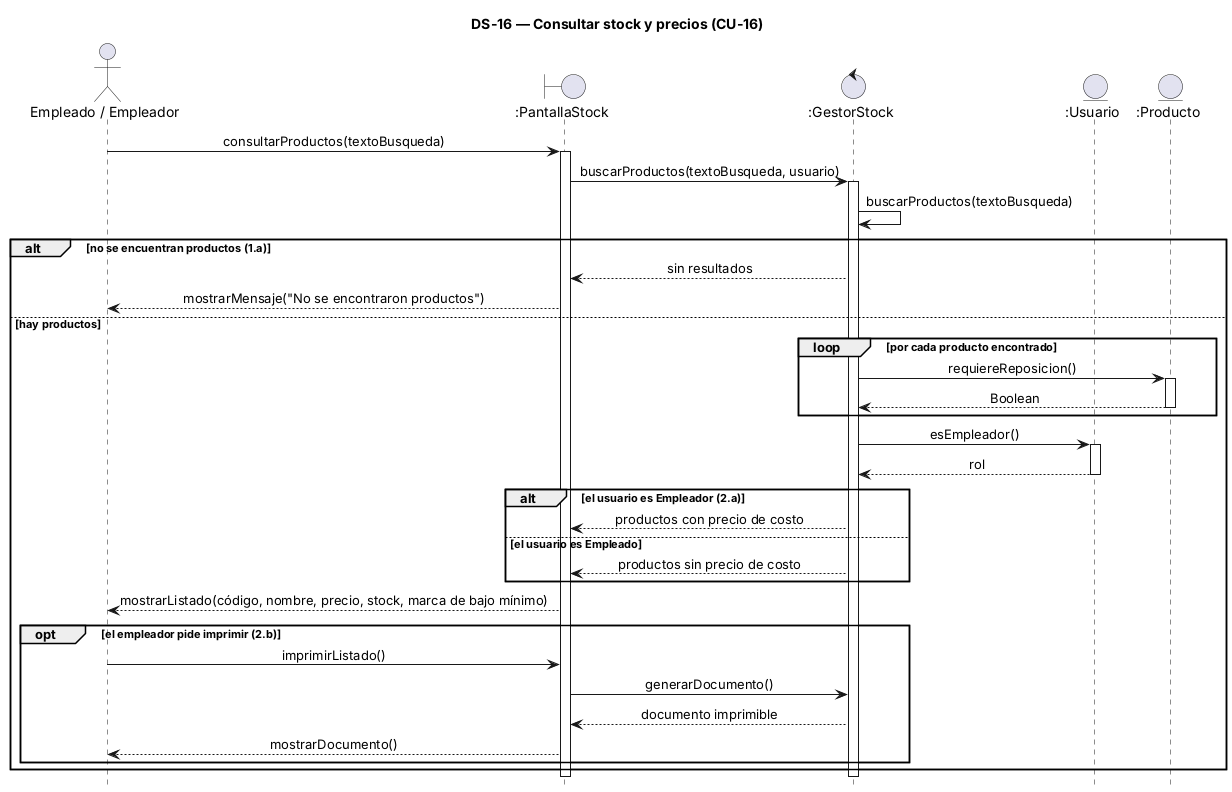
The PlantUML diagram 08-Diagrama De Secuencia/DS-16 Consultar stock y precios.png in alanbalzaretti123/control-de-stock1, before a commit. The source it was exported from:
```plantuml
@startuml
title DS-16 — Consultar stock y precios (CU-16)
hide footbox
skinparam sequenceMessageAlign center
skinparam responseMessageBelowArrow true

actor "Empleado / Empleador" as U
boundary ":PantallaStock" as P
control ":GestorStock" as G
entity ":Usuario" as US
entity ":Producto" as PR

U -> P : consultarProductos(textoBusqueda)
activate P
P -> G : buscarProductos(textoBusqueda, usuario)
activate G
G -> G : buscarProductos(textoBusqueda)

alt no se encuentran productos (1.a)
  G --> P : sin resultados
  P --> U : mostrarMensaje("No se encontraron productos")
else hay productos
  loop por cada producto encontrado
    G -> PR : requiereReposicion()
    activate PR
    PR --> G : Boolean
    deactivate PR
  end
  G -> US : esEmpleador()
  activate US
  US --> G : rol
  deactivate US
  alt el usuario es Empleador (2.a)
    G --> P : productos con precio de costo
  else el usuario es Empleado
    G --> P : productos sin precio de costo
  end
  P --> U : mostrarListado(código, nombre, precio, stock, marca de bajo mínimo)

  opt el empleador pide imprimir (2.b)
    U -> P : imprimirListado()
    P -> G : generarDocumento()
    G --> P : documento imprimible
    P --> U : mostrarDocumento()
  end
end

deactivate G
deactivate P
@enduml
```
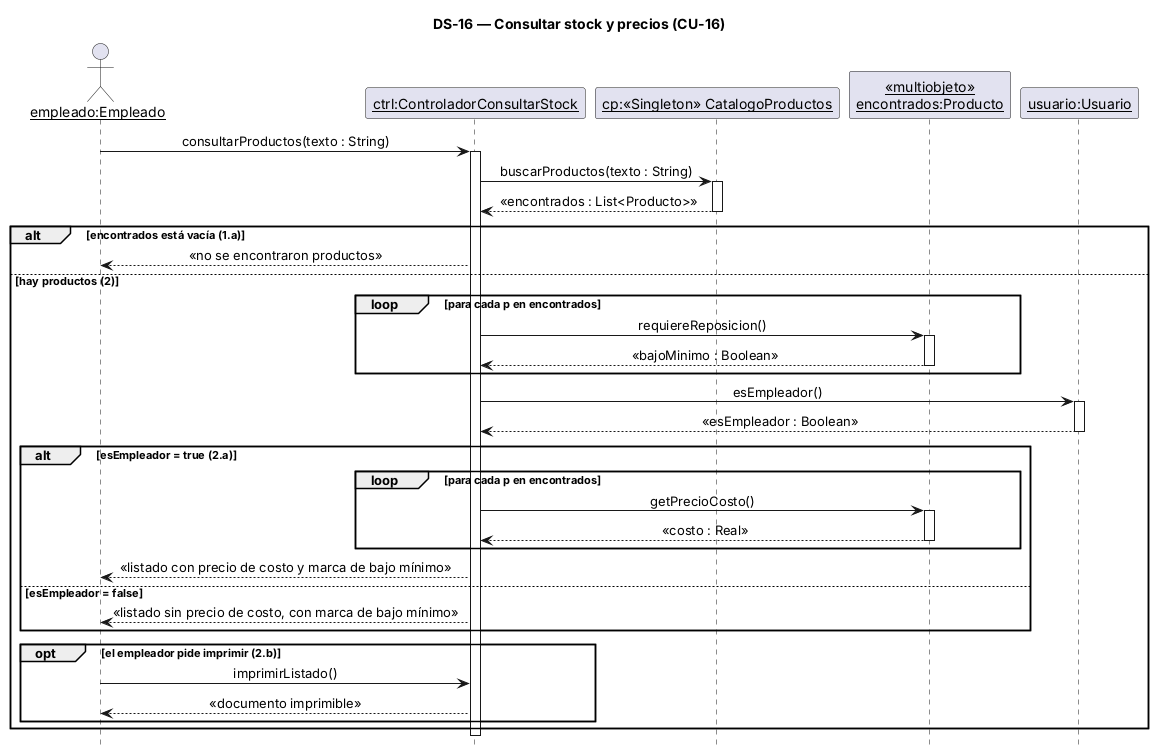
The same file after the commit.

What changed in the source:
```diff
@@ -3,48 +3,48 @@
 hide footbox
 skinparam sequenceMessageAlign center
 skinparam responseMessageBelowArrow true
+skinparam sequenceParticipant underline
 
-actor "Empleado / Empleador" as U
-boundary ":PantallaStock" as P
-control ":GestorStock" as G
-entity ":Usuario" as US
-entity ":Producto" as PR
+actor "empleado:Empleado" as U
+participant "ctrl:ControladorConsultarStock" as C
+participant "cp:«Singleton» CatalogoProductos" as CP
+participant "«multiobjeto»\nencontrados:Producto" as P
+participant "usuario:Usuario" as US
 
-U -> P : consultarProductos(textoBusqueda)
-activate P
-P -> G : buscarProductos(textoBusqueda, usuario)
-activate G
-G -> G : buscarProductos(textoBusqueda)
-
-alt no se encuentran productos (1.a)
-  G --> P : sin resultados
-  P --> U : mostrarMensaje("No se encontraron productos")
-else hay productos
-  loop por cada producto encontrado
-    G -> PR : requiereReposicion()
-    activate PR
-    PR --> G : Boolean
-    deactivate PR
+U -> C : consultarProductos(texto : String)
+activate C
+C -> CP : buscarProductos(texto : String)
+activate CP
+CP --> C : «encontrados : List<Producto>»
+deactivate CP
+alt encontrados está vacía (1.a)
+  C --> U : «no se encontraron productos»
+else hay productos (2)
+  loop para cada p en encontrados
+    C -> P : requiereReposicion()
+    activate P
+    P --> C : «bajoMinimo : Boolean»
+    deactivate P
   end
-  G -> US : esEmpleador()
+  C -> US : esEmpleador()
   activate US
-  US --> G : rol
+  US --> C : «esEmpleador : Boolean»
   deactivate US
-  alt el usuario es Empleador (2.a)
-    G --> P : productos con precio de costo
-  else el usuario es Empleado
-    G --> P : productos sin precio de costo
+  alt esEmpleador = true (2.a)
+    loop para cada p en encontrados
+      C -> P : getPrecioCosto()
+      activate P
+      P --> C : «costo : Real»
+      deactivate P
+    end
+    C --> U : «listado con precio de costo y marca de bajo mínimo»
+  else esEmpleador = false
+    C --> U : «listado sin precio de costo, con marca de bajo mínimo»
   end
-  P --> U : mostrarListado(código, nombre, precio, stock, marca de bajo mínimo)
-
   opt el empleador pide imprimir (2.b)
-    U -> P : imprimirListado()
-    P -> G : generarDocumento()
-    G --> P : documento imprimible
-    P --> U : mostrarDocumento()
+    U -> C : imprimirListado()
+    C --> U : «documento imprimible»
   end
 end
-
-deactivate G
-deactivate P
+deactivate C
 @enduml
```
